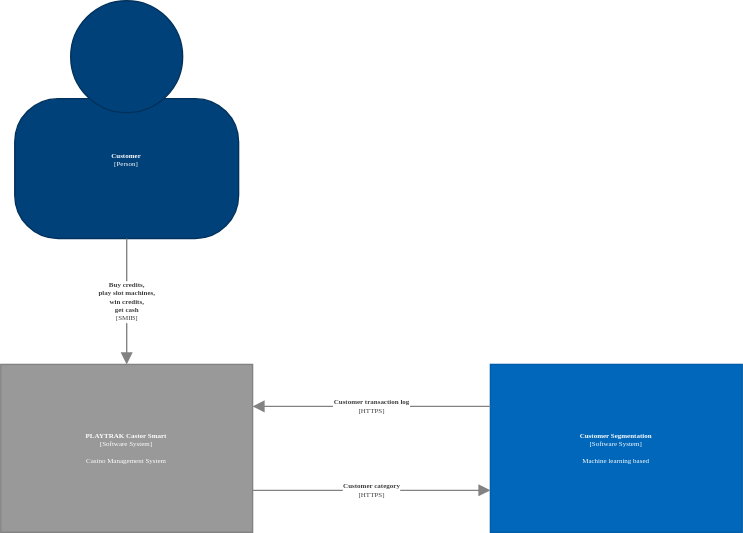
This is Figuras/context_diagram.svg from davidbro-in/plan-trabajo-final-ceia, a draw.io export, as it was before one commit. Source tidied: cells renumbered, new cells last; positions are measured from the earlier drawing's top-left corner, leaving out a move shared by most shapes.
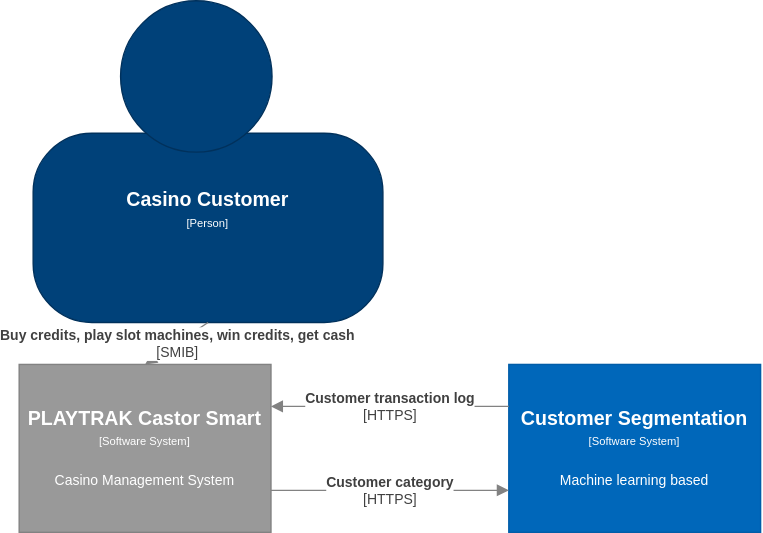
Above is the later version.

The edit, as a diff of the source:
```diff
@@ -3,40 +3,43 @@
     <mxCell id="0" />
     <mxCell id="1" parent="0" />
     <object id="2" label="" instruction="edit data of the lower shape within the group" placeholders="1">
-      <mxCell style="group;fontFamily=Computer Modern;fontSize=5;" parent="1" vertex="1">
-        <mxGeometry x="10" width="160" height="170" as="geometry" />
+      <mxCell style="group;" parent="1" vertex="1">
+        <mxGeometry x="10" width="250" height="230" as="geometry" />
       </mxCell>
     </object>
+    <mxCell id="10" style="group;" parent="2" vertex="1">
+      <mxGeometry width="250" height="230" as="geometry" />
+    </mxCell>
-    <object id="3" label="&lt;div style=&quot;color: rgb(255, 255, 255); white-space: normal; font-size: 5px;&quot;&gt;&lt;span style=&quot;font-size: 5px;&quot;&gt;&lt;b style=&quot;font-size: 5px;&quot;&gt;%name%&lt;/b&gt;&lt;/span&gt;&lt;/div&gt;&lt;div style=&quot;color: rgb(255, 255, 255); white-space: normal; font-size: 5px;&quot;&gt;&lt;font style=&quot;font-size: 5px;&quot;&gt;[Person]&lt;/font&gt;&lt;/div&gt;&lt;div style=&quot;color: rgb(255, 255, 255); white-space: normal; font-size: 5px;&quot;&gt;&lt;span style=&quot;font-size: 5px;&quot;&gt;&lt;br style=&quot;font-size: 5px;&quot;&gt;&lt;/span&gt;&lt;/div&gt;&lt;div style=&quot;color: rgb(255, 255, 255); white-space: normal; font-size: 5px;&quot;&gt;&lt;font style=&quot;font-size: 5px;&quot;&gt;%description%&lt;/font&gt;&lt;/div&gt;" description="&#10;" name="Customer" placeholders="1">
-      <mxCell style="rounded=1;whiteSpace=wrap;html=1;strokeColor=#00315C;fillColor=#004179;fontColor=#FFFFFF;arcSize=31;fontFamily=Computer Modern;fontSize=5;" parent="2" vertex="1">
-        <mxGeometry y="70" width="160" height="100" as="geometry" />
+    <object id="3" label="&lt;div style=&quot;color: rgb(255 , 255 , 255) ; white-space: normal&quot;&gt;&lt;span style=&quot;font-size: 14px&quot;&gt;&lt;b&gt;%name%&lt;/b&gt;&lt;/span&gt;&lt;/div&gt;&lt;div style=&quot;color: rgb(255 , 255 , 255) ; white-space: normal&quot;&gt;&lt;font style=&quot;font-size: 8px&quot;&gt;[Person]&lt;/font&gt;&lt;/div&gt;&lt;div style=&quot;color: rgb(255 , 255 , 255) ; white-space: normal ; font-size: 8px&quot;&gt;&lt;span style=&quot;font-size: x-small&quot;&gt;&lt;br&gt;&lt;/span&gt;&lt;/div&gt;&lt;div style=&quot;color: rgb(255 , 255 , 255) ; white-space: normal&quot;&gt;&lt;font size=&quot;1&quot;&gt;%description%&lt;/font&gt;&lt;/div&gt;" description="&#10;" name="Casino Customer" placeholders="1">
+      <mxCell style="rounded=1;whiteSpace=wrap;html=1;strokeColor=#00315C;fillColor=#004179;fontColor=#000000;arcSize=31;" parent="10" vertex="1">
+        <mxGeometry y="94.7" width="250" height="135.3" as="geometry" />
       </mxCell>
     </object>
-    <mxCell id="4" style="ellipse;whiteSpace=wrap;html=1;strokeColor=#00315C;fillColor=#004179;fontColor=#000000;fontFamily=Computer Modern;fontSize=5;" parent="2" vertex="1">
-      <mxGeometry x="40" width="80" height="80" as="geometry" />
+    <mxCell id="4" style="ellipse;whiteSpace=wrap;html=1;strokeColor=#00315C;fillColor=#004179;fontColor=#000000;" parent="10" vertex="1">
+      <mxGeometry x="62.5" width="108.2" height="108.2" as="geometry" />
     </mxCell>
-    <object id="5" label="&lt;div style=&quot;font-size: 5px;&quot;&gt;&lt;span style=&quot;font-size: 5px;&quot;&gt;&lt;b style=&quot;font-size: 5px;&quot;&gt;%name%&lt;/b&gt;&lt;/span&gt;&lt;/div&gt;&lt;div style=&quot;font-size: 5px;&quot;&gt;&lt;span style=&quot;font-size: 5px;&quot;&gt;[Software System&lt;/span&gt;&lt;span style=&quot;font-size: 5px;&quot;&gt;]&lt;/span&gt;&lt;/div&gt;&lt;div style=&quot;font-size: 5px;&quot;&gt;&lt;span style=&quot;font-size: 5px;&quot;&gt;&lt;br style=&quot;font-size: 5px;&quot;&gt;&lt;/span&gt;&lt;/div&gt;&lt;div style=&quot;font-size: 5px;&quot;&gt;&lt;font style=&quot;font-size: 5px;&quot;&gt;%description%&lt;/font&gt;&lt;/div&gt;" description="Casino Management System" name="PLAYTRAK Castor Smart" placeholders="1">
-      <mxCell style="rounded=0;whiteSpace=wrap;html=1;fillColor=#999999;fontColor=#FFFFFF;strokeColor=#828282;fontFamily=Computer Modern;fontSize=5;" parent="1" vertex="1">
+    <object id="5" label="&lt;div&gt;&lt;span style=&quot;font-size: 14px&quot;&gt;&lt;b&gt;%name%&lt;/b&gt;&lt;/span&gt;&lt;/div&gt;&lt;div&gt;&lt;span style=&quot;font-size: 8px&quot;&gt;[Software System&lt;/span&gt;&lt;span style=&quot;font-size: 8px&quot;&gt;]&lt;/span&gt;&lt;/div&gt;&lt;div&gt;&lt;span style=&quot;font-size: 8px&quot;&gt;&lt;br&gt;&lt;/span&gt;&lt;/div&gt;&lt;div&gt;&lt;font size=&quot;1&quot;&gt;%description%&lt;/font&gt;&lt;/div&gt;" description="Casino Management System" name="PLAYTRAK Castor Smart" placeholders="1">
+      <mxCell style="rounded=0;whiteSpace=wrap;html=1;fillColor=#999999;fontColor=#FFFFFF;strokeColor=#828282;" parent="1" vertex="1">
         <mxGeometry y="260" width="180" height="120" as="geometry" />
       </mxCell>
     </object>
-    <object id="6" label="&lt;span style=&quot;font-size: 5px;&quot;&gt;&lt;b style=&quot;font-size: 5px;&quot;&gt;%name%&lt;/b&gt;&lt;br style=&quot;font-size: 5px;&quot;&gt;[%technology%]&lt;br style=&quot;font-size: 5px;&quot;&gt;&lt;/span&gt;" name="Buy credits, &#10;play slot machines, &#10;win credits, &#10;get cash" placeholders="1" technology="SMIB">
-      <mxCell style="endArrow=block;html=1;fontSize=5;fontColor=#404040;strokeWidth=1;endFill=1;strokeColor=#828282;elbow=vertical;exitX=0.5;exitY=1;exitDx=0;exitDy=0;entryX=0.5;entryY=0;entryDx=0;entryDy=0;fontFamily=Computer Modern;" parent="1" edge="1" source="3" target="5">
+    <object id="6" label="&lt;span style=&quot;font-size: 10px&quot;&gt;&lt;b&gt;%name%&lt;/b&gt;&lt;br&gt;[%technology%]&lt;br&gt;&lt;/span&gt;" name="Buy credits, play slot machines, win credits, get cash" placeholders="1" technology="SMIB">
+      <mxCell style="endArrow=block;html=1;fontSize=10;fontColor=#404040;strokeWidth=1;endFill=1;strokeColor=#828282;elbow=vertical;exitX=0.5;exitY=1;exitDx=0;exitDy=0;entryX=0.5;entryY=0;entryDx=0;entryDy=0;" parent="1" edge="1" source="3" target="5">
         <mxGeometry relative="1" as="geometry" />
       </mxCell>
     </object>
-    <object id="7" label="&lt;div style=&quot;font-size: 5px;&quot;&gt;&lt;span style=&quot;font-size: 5px;&quot;&gt;&lt;b style=&quot;font-size: 5px;&quot;&gt;%name%&lt;/b&gt;&lt;/span&gt;&lt;/div&gt;&lt;div style=&quot;font-size: 5px;&quot;&gt;&lt;span style=&quot;font-size: 5px;&quot;&gt;[Software System]&lt;/span&gt;&lt;/div&gt;&lt;div style=&quot;font-size: 5px;&quot;&gt;&lt;span style=&quot;font-size: 5px;&quot;&gt;&lt;br style=&quot;font-size: 5px;&quot;&gt;&lt;/span&gt;&lt;/div&gt;&lt;div style=&quot;font-size: 5px;&quot;&gt;&lt;font style=&quot;font-size: 5px;&quot;&gt;%description%&lt;/font&gt;&lt;/div&gt;" description="Machine learning based" name="Customer Segmentation" placeholders="1">
-      <mxCell style="rounded=0;whiteSpace=wrap;html=1;fillColor=#0067BA;fontColor=#FFFFFF;strokeColor=#005DA8;fontFamily=Computer Modern;fontSize=5;" parent="1" vertex="1">
+    <object id="7" label="&lt;div&gt;&lt;span style=&quot;font-size: 14px&quot;&gt;&lt;b&gt;%name%&lt;/b&gt;&lt;/span&gt;&lt;/div&gt;&lt;div&gt;&lt;span style=&quot;font-size: 8px&quot;&gt;[Software System]&lt;/span&gt;&lt;/div&gt;&lt;div&gt;&lt;span style=&quot;font-size: 8px&quot;&gt;&lt;br&gt;&lt;/span&gt;&lt;/div&gt;&lt;div&gt;&lt;font size=&quot;1&quot;&gt;%description%&lt;/font&gt;&lt;/div&gt;" description="Machine learning based" name="Customer Segmentation" placeholders="1">
+      <mxCell style="rounded=0;whiteSpace=wrap;html=1;fillColor=#0067BA;fontColor=#FFFFFF;strokeColor=#005DA8;" parent="1" vertex="1">
         <mxGeometry x="350" y="260" width="180" height="120" as="geometry" />
       </mxCell>
     </object>
-    <object id="8" label="&lt;span style=&quot;font-size: 5px;&quot;&gt;&lt;b style=&quot;font-size: 5px;&quot;&gt;%name%&lt;/b&gt;&lt;br style=&quot;font-size: 5px;&quot;&gt;[%technology%]&lt;br style=&quot;font-size: 5px;&quot;&gt;&lt;/span&gt;" name="Customer transaction log" placeholders="1" technology="HTTPS">
-      <mxCell style="endArrow=block;html=1;fontSize=5;fontColor=#404040;strokeWidth=1;endFill=1;strokeColor=#828282;elbow=vertical;entryX=1;entryY=0.25;entryDx=0;entryDy=0;exitX=0;exitY=0.25;exitDx=0;exitDy=0;fontFamily=Computer Modern;" parent="1" edge="1" source="7" target="5">
+    <object id="8" label="&lt;span style=&quot;font-size: 10px&quot;&gt;&lt;b&gt;%name%&lt;/b&gt;&lt;br&gt;[%technology%]&lt;br&gt;&lt;/span&gt;" name="Customer transaction log" placeholders="1" technology="HTTPS">
+      <mxCell style="endArrow=block;html=1;fontSize=10;fontColor=#404040;strokeWidth=1;endFill=1;strokeColor=#828282;elbow=vertical;entryX=1;entryY=0.25;entryDx=0;entryDy=0;exitX=0;exitY=0.25;exitDx=0;exitDy=0;" parent="1" edge="1" source="7" target="5">
         <mxGeometry relative="1" as="geometry" />
       </mxCell>
     </object>
-    <object id="9" label="&lt;span style=&quot;font-size: 5px;&quot;&gt;&lt;b style=&quot;font-size: 5px;&quot;&gt;%name%&lt;/b&gt;&lt;br style=&quot;font-size: 5px;&quot;&gt;[%technology%]&lt;br style=&quot;font-size: 5px;&quot;&gt;&lt;/span&gt;" name="Customer category" placeholders="1" technology="HTTPS">
-      <mxCell style="endArrow=block;html=1;fontSize=5;fontColor=#404040;strokeWidth=1;endFill=1;strokeColor=#828282;elbow=vertical;entryX=0;entryY=0.75;entryDx=0;entryDy=0;exitX=1;exitY=0.75;exitDx=0;exitDy=0;fontFamily=Computer Modern;" parent="1" edge="1" source="5" target="7">
+    <object id="9" label="&lt;span style=&quot;font-size: 10px&quot;&gt;&lt;b&gt;%name%&lt;/b&gt;&lt;br&gt;[%technology%]&lt;br&gt;&lt;/span&gt;" name="Customer category" placeholders="1" technology="HTTPS">
+      <mxCell style="endArrow=block;html=1;fontSize=10;fontColor=#404040;strokeWidth=1;endFill=1;strokeColor=#828282;elbow=vertical;entryX=0;entryY=0.75;entryDx=0;entryDy=0;exitX=1;exitY=0.75;exitDx=0;exitDy=0;" parent="1" edge="1" source="5" target="7">
         <mxGeometry relative="1" as="geometry" />
       </mxCell>
     </object>
```
